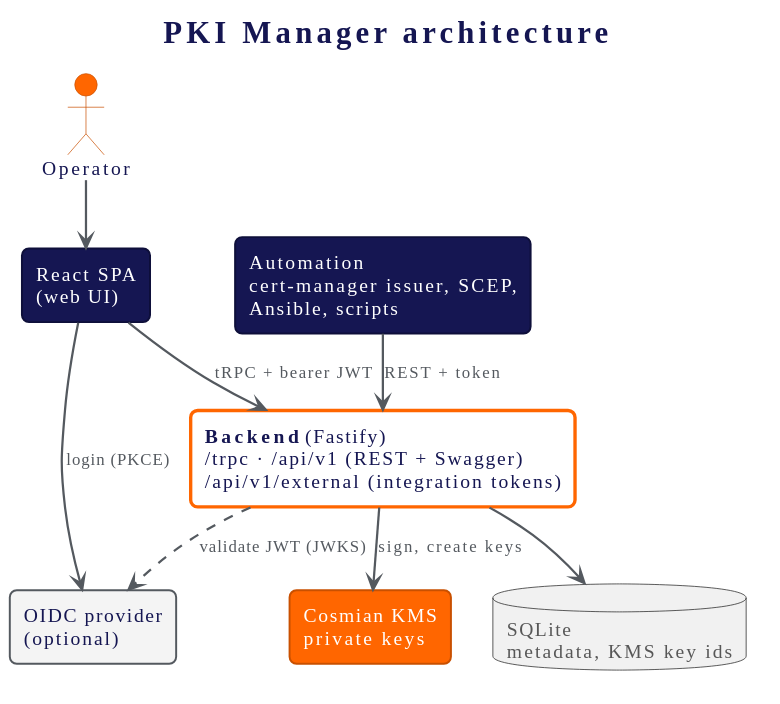
Above: docs/diagrams/svg/01-architecture.svg in oriolrius/pki-manager-web (PlantUML), before the change.
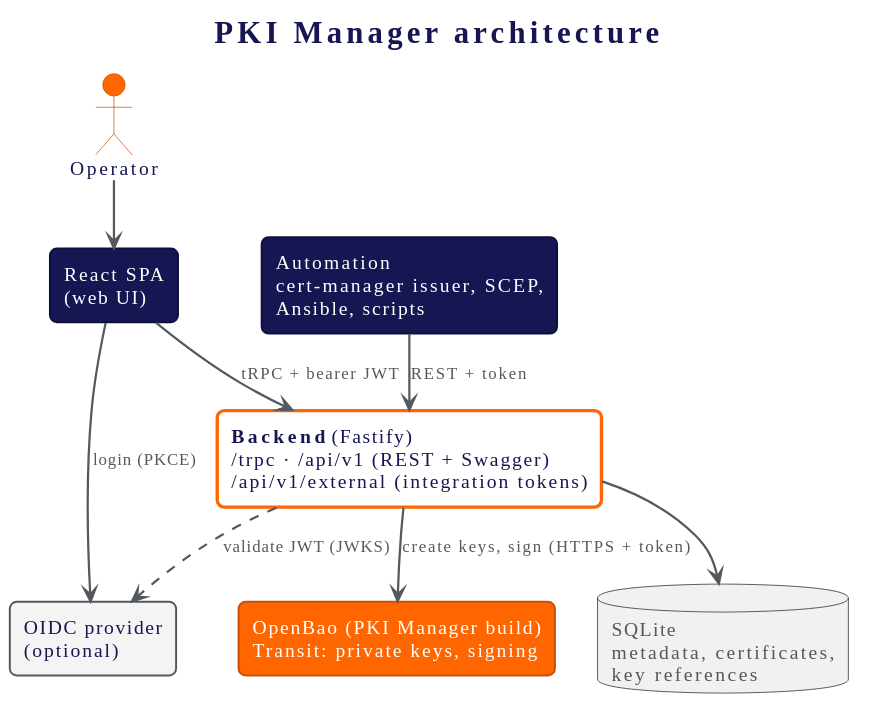
Above is the later version.

Diff of the diagram source:
```diff
@@ -162,14 +162,14 @@
 rectangle "React SPA\n(web UI)" as spa <<machine>>
 rectangle "OIDC provider\n(optional)" as idp <<file>>
 rectangle "**Backend** (Fastify)\n/trpc · /api/v1 (REST + Swagger)\n/api/v1/external (integration tokens)" as be <<pki>>
-rectangle "Cosmian KMS\nprivate keys" as kms <<user>>
-database "SQLite\nmetadata, KMS key ids" as db
+rectangle "OpenBao (PKI Manager build)\nTransit: private keys, signing" as kms <<user>>
+database "SQLite\nmetadata, certificates,\nkey references" as db
 rectangle "Automation\ncert-manager issuer, SCEP,\nAnsible, scripts" as auto <<machine>>
 op --> spa
 spa --> idp : login (PKCE)
 spa --> be : tRPC + bearer JWT
 auto --> be : REST + token
-be --> kms : sign, create keys
+be --> kms : create keys, sign (HTTPS + token)
 be --> db
 be ..> idp : validate JWT (JWKS)
 @enduml
```
